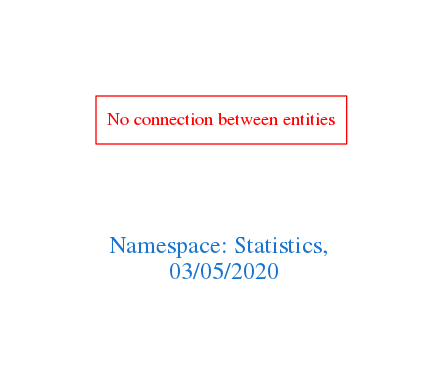
Before: downloads/Statistics.png, a diagram exported from Graphviz (arago/OGIT). Its source is kept beside it as downloads/Statistics.dot.
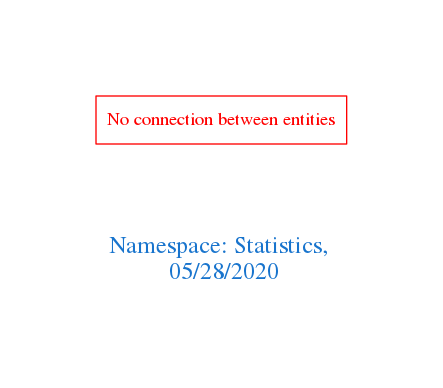
Later version of the same file.

What changed in the source:
```diff
@@ -1,7 +1,7 @@
 digraph OGIT_ontology {
  graph [ rankdir= LR,pad=1
 fontsize = 18,
-fontcolor= dodgerblue3,label = "\n\n\nNamespace: Statistics, \n 03/05/2020"];
+fontcolor= dodgerblue3,label = "\n\n\nNamespace: Statistics, \n 05/28/2020"];
 node[shape=polygon];
 edge [  color="gray81"];
 
```
